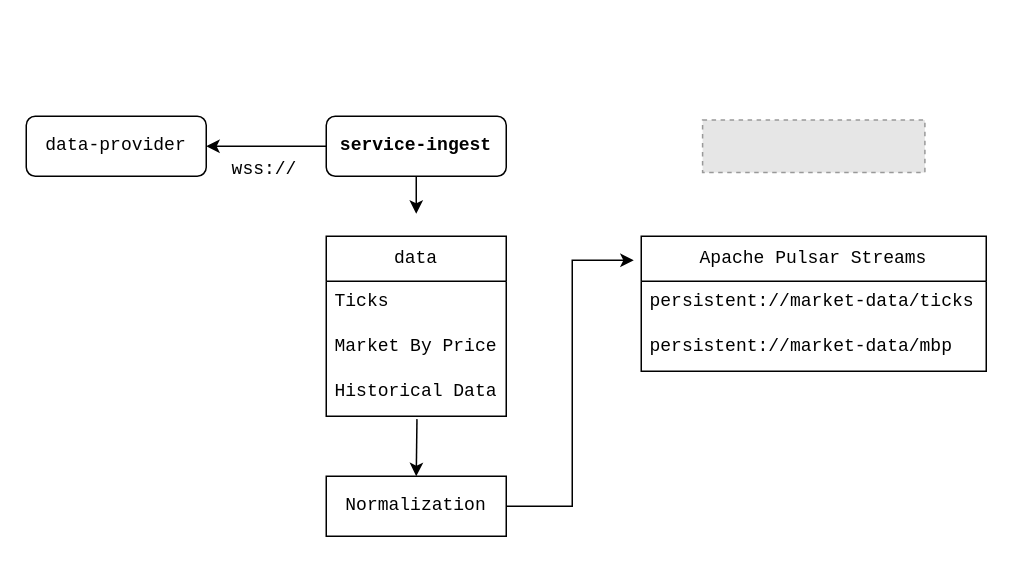
rey-sudo/blacker keeps this draw.io diagram as backend/service-docs/docs/assets/service-ingest.drawio. Above is the earlier version. Source tidied: cells renumbered, new cells numbered last; positions are measured from the earlier drawing's top-left corner, leaving out a move shared by most shapes. Both pictures are drawn from the tidied source at 150%, with x=0, y=0 at pixel (26, 26). Pictures stored in the file or linked from it are replaced by grey dashed boxes.
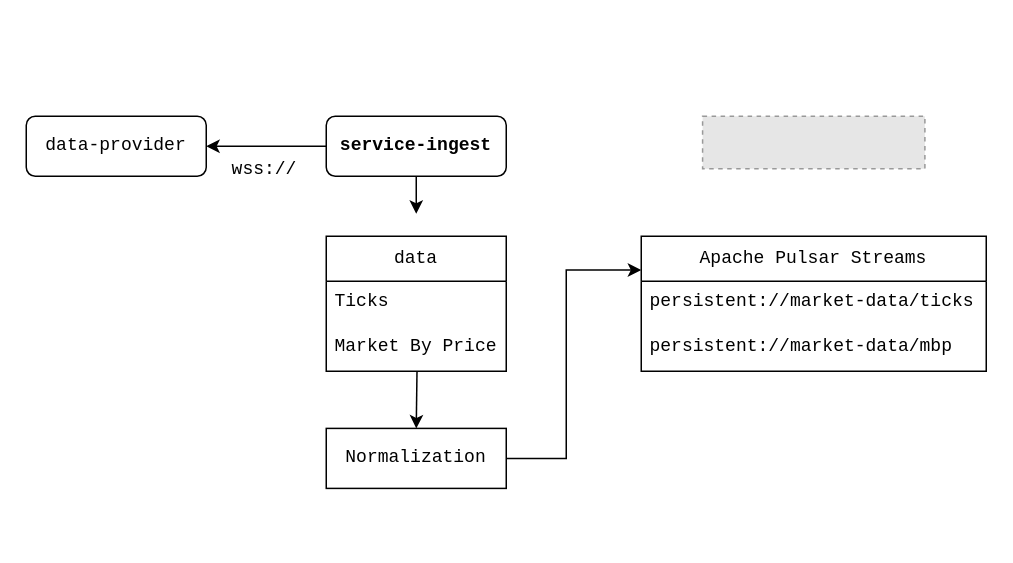
Above is the later version.

Commit message (it also covers changes not shown here):
update : service-engine docs

Unchanged cells that the change refers to:
```xml
<mxCell id="12" value="Apache Pulsar Streams" style="swimlane;fontStyle=0;horizontal=1;startSize=30;whiteSpace=wrap;html=1;fontSize=12;fontFamily=Courier New;verticalAlign=middle;" parent="1" vertex="1">
  <mxGeometry x="410" y="140" width="230" height="90" as="geometry" />
</mxCell>
```

The edit, as a diff of the source:
```diff
@@
     <mxCell id="8" value="data" style="swimlane;fontStyle=0;horizontal=1;startSize=30;whiteSpace=wrap;html=1;fontFamily=Courier New;fontSize=12;verticalAlign=middle;" parent="1" vertex="1">
-      <mxGeometry x="200" y="140" width="120" height="120" as="geometry" />
+      <mxGeometry x="200" y="140" width="120" height="90" as="geometry" />
     </mxCell>
@@
-    <mxCell id="11" value="Historical Data" style="text;strokeColor=none;fillColor=none;align=left;verticalAlign=top;spacingLeft=4;spacingRight=4;overflow=hidden;points=[[0,0.5],[1,0.5]];portConstraint=eastwest;whiteSpace=wrap;html=1;fontFamily=Courier New;fontSize=12;" parent="8" vertex="1">
-      <mxGeometry y="90" width="120" height="30" as="geometry" />
-    </mxCell>
@@
     <mxCell id="15" style="fillColor=#E6E6E6;strokeColor=#999999;dashed=1;fontFamily=Courier New;" parent="1" vertex="1">
-      <mxGeometry x="450.9" y="62.5" width="148.2" height="35" as="geometry" />
+      <mxGeometry x="450.9" y="60" width="148.2" height="35" as="geometry" />
     </mxCell>
+    <mxCell id="19" style="edgeStyle=orthogonalEdgeStyle;rounded=0;jettySize=auto;html=1;exitX=1;exitY=0.5;exitDx=0;exitDy=0;entryX=0;entryY=0.25;entryDx=0;entryDy=0;" parent="1" edge="1" source="16" target="12">
+      <mxGeometry relative="1" as="geometry">
+        <Array as="points">
+          <mxPoint x="360" y="288" />
+          <mxPoint x="360" y="162" />
+        </Array>
+      </mxGeometry>
+    </mxCell>
     <mxCell id="16" value="&lt;font&gt;Normalization&lt;/font&gt;" style="rounded=0;whiteSpace=wrap;html=1;fontFamily=Courier New;" parent="1" vertex="1">
-      <mxGeometry x="200" y="300" width="120" height="40" as="geometry" />
+      <mxGeometry x="200" y="268.1" width="120" height="40" as="geometry" />
     </mxCell>
-    <mxCell id="17" style="edgeStyle=orthogonalEdgeStyle;rounded=0;orthogonalLoop=1;jettySize=auto;html=1;entryX=0;entryY=0.133;entryDx=0;entryDy=0;entryPerimeter=0;fontFamily=Courier New;" parent="1" edge="1">
-      <mxGeometry relative="1" as="geometry">
-        <mxPoint x="320" y="320" as="sourcePoint" />
-        <mxPoint x="405" y="156" as="targetPoint" />
-        <Array as="points">
-          <mxPoint x="364" y="320" />
-          <mxPoint x="364" y="156" />
-        </Array>
-      </mxGeometry>
-    </mxCell>
-    <mxCell id="18" style="edgeStyle=orthogonalEdgeStyle;rounded=0;jettySize=auto;html=1;exitX=0.5;exitY=0;exitDx=0;exitDy=0;entryX=0.504;entryY=1.064;entryDx=0;entryDy=0;entryPerimeter=0;endArrow=none;endFill=0;startArrow=classic;startFill=1;fontFamily=Courier New;" parent="1" edge="1" source="16" target="11">
-      <mxGeometry relative="1" as="geometry" />
+    <mxCell id="18" style="edgeStyle=orthogonalEdgeStyle;rounded=0;jettySize=auto;html=1;exitX=0.5;exitY=0;exitDx=0;exitDy=0;entryX=0.504;entryY=1.064;entryDx=0;entryDy=0;entryPerimeter=0;endArrow=none;endFill=0;startArrow=classic;startFill=1;fontFamily=Courier New;" parent="1" edge="1" source="16">
+      <mxGeometry relative="1" as="geometry">
+        <mxPoint x="260.5" y="230" as="targetPoint" />
+      </mxGeometry>
     </mxCell>
```
